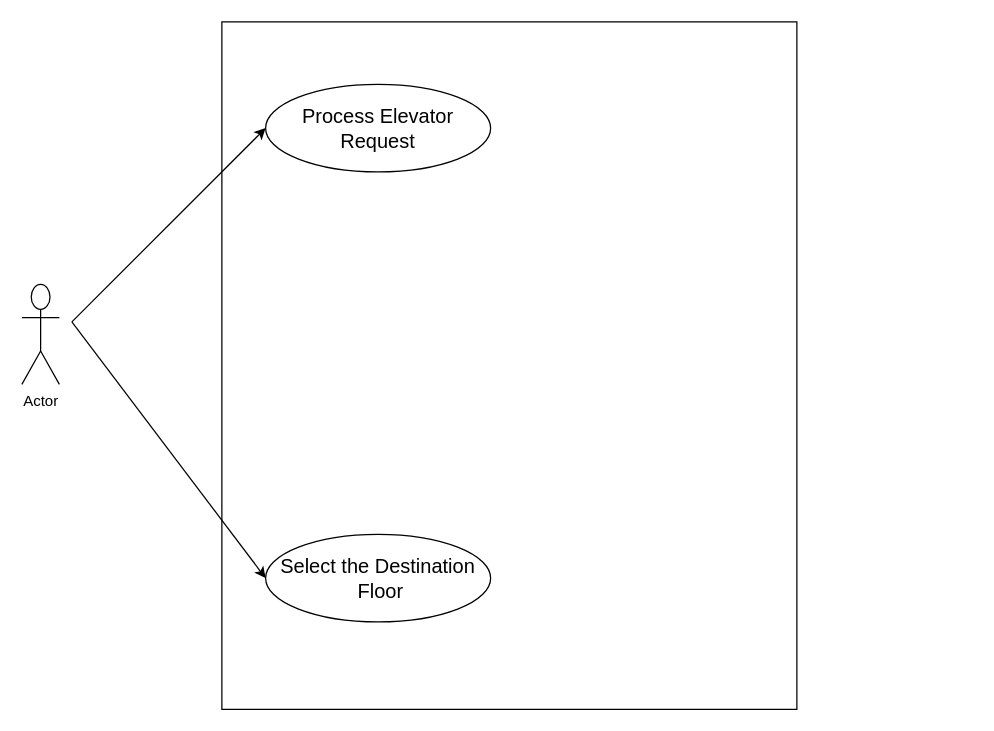
nadunchanna98/Software-Engineering keeps this draw.io diagram as Untitled Diagram.drawio. Above is the earlier version. Source tidied: cells renumbered, new cells numbered last; positions are measured from the earlier drawing's top-left corner, leaving out a move shared by most shapes. Both pictures are drawn from the tidied source at 125%, with x=0, y=0 at pixel (21, 21).
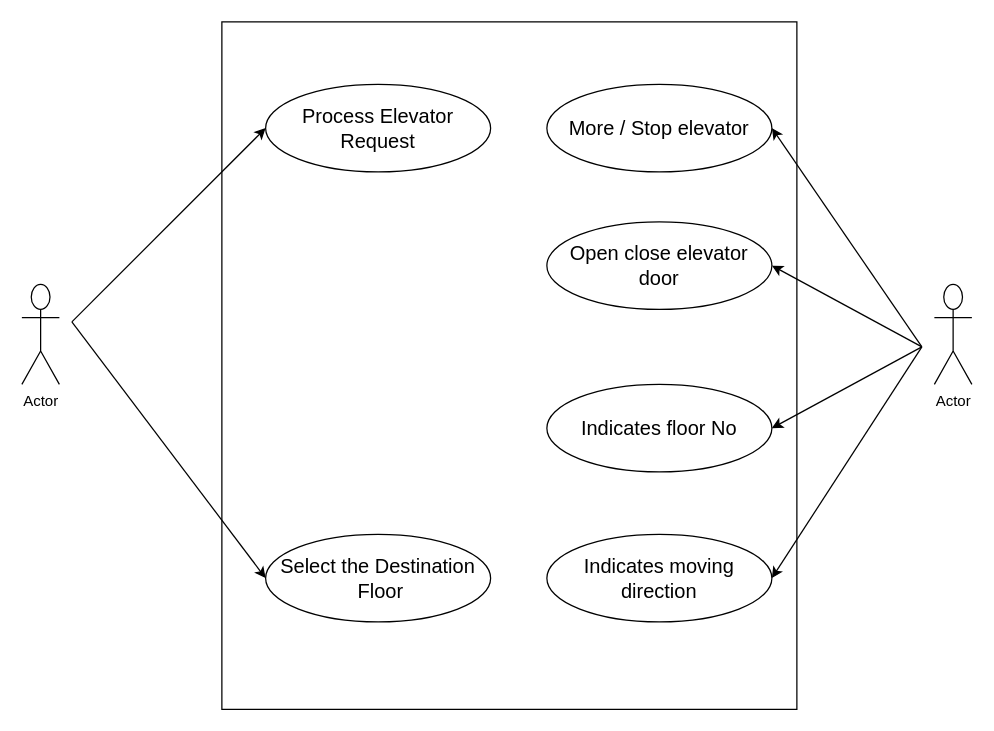
After the change.

The edit, as a diff of the source:
```diff
@@
+    <mxCell id="8" value="&lt;span style=&quot;font-size: 16px;&quot;&gt;More / Stop elevator&lt;/span&gt;" style="ellipse;whiteSpace=wrap;html=1;" parent="1" vertex="1">
+      <mxGeometry x="420" y="50" width="180" height="70" as="geometry" />
+    </mxCell>
+    <mxCell id="9" value="&lt;span style=&quot;font-size: 16px;&quot;&gt;Open close elevator door&lt;/span&gt;" style="ellipse;whiteSpace=wrap;html=1;" parent="1" vertex="1">
+      <mxGeometry x="420" y="160" width="180" height="70" as="geometry" />
+    </mxCell>
+    <mxCell id="10" value="&lt;span style=&quot;font-size: 16px;&quot;&gt;Indicates floor No&lt;/span&gt;" style="ellipse;whiteSpace=wrap;html=1;" parent="1" vertex="1">
+      <mxGeometry x="420" y="290" width="180" height="70" as="geometry" />
+    </mxCell>
+    <mxCell id="11" value="&lt;span style=&quot;font-size: 16px;&quot;&gt;Indicates moving direction&lt;/span&gt;" style="ellipse;whiteSpace=wrap;html=1;" parent="1" vertex="1">
+      <mxGeometry x="420" y="410" width="180" height="70" as="geometry" />
+    </mxCell>
+    <mxCell id="12" value="Actor" style="shape=umlActor;verticalLabelPosition=bottom;verticalAlign=top;html=1;" parent="1" vertex="1">
+      <mxGeometry x="730" y="210" width="30" height="80" as="geometry" />
+    </mxCell>
+    <mxCell id="13" style="endArrow=classic;html=1;rounded=0;entryX=1;entryY=0.5;entryDx=0;entryDy=0;" parent="1" edge="1" target="8">
+      <mxGeometry relative="1" as="geometry">
+        <mxPoint x="720" y="260" as="sourcePoint" />
+      </mxGeometry>
+    </mxCell>
+    <mxCell id="14" style="endArrow=classic;html=1;rounded=0;entryX=1;entryY=0.5;entryDx=0;entryDy=0;" parent="1" edge="1" target="9">
+      <mxGeometry relative="1" as="geometry">
+        <mxPoint x="720" y="260" as="sourcePoint" />
+      </mxGeometry>
+    </mxCell>
+    <mxCell id="15" style="endArrow=classic;html=1;rounded=0;entryX=1;entryY=0.5;entryDx=0;entryDy=0;" parent="1" edge="1" target="10">
+      <mxGeometry relative="1" as="geometry">
+        <mxPoint x="720" y="260" as="sourcePoint" />
+      </mxGeometry>
+    </mxCell>
+    <mxCell id="16" style="endArrow=classic;html=1;rounded=0;entryX=1;entryY=0.5;entryDx=0;entryDy=0;" parent="1" edge="1" target="11">
+      <mxGeometry relative="1" as="geometry">
+        <mxPoint x="720" y="260" as="sourcePoint" />
+      </mxGeometry>
+    </mxCell>
```
